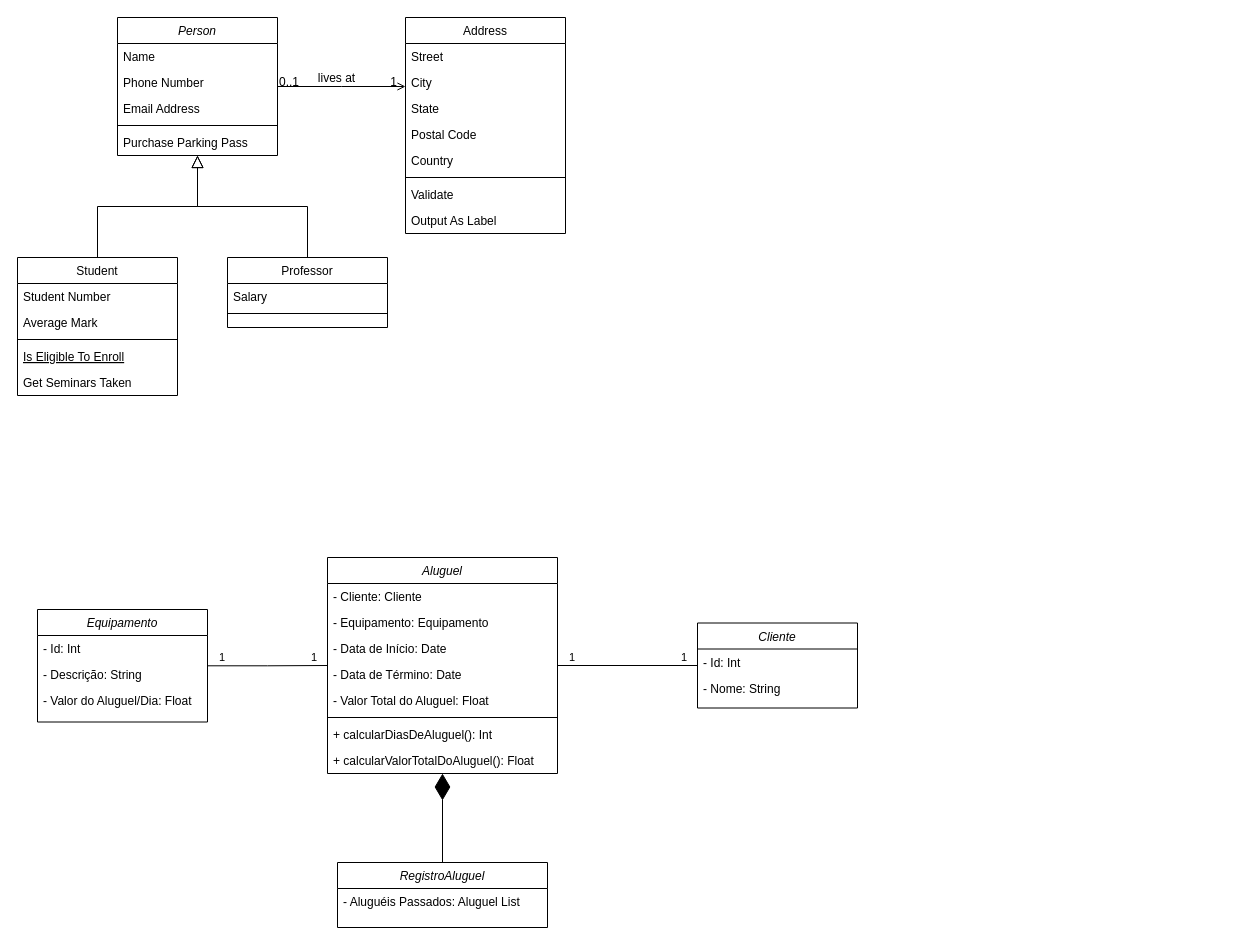
daviferreiradev/diagrama-de-classes keeps this draw.io diagram as lab-prog-modular-projeto-1.drawio. Above is the earlier version. Source tidied: cells renumbered, new cells numbered last; positions are measured from the earlier drawing's top-left corner, leaving out a move shared by most shapes. Both pictures are drawn from the tidied source at 100%, with x=0, y=0 at pixel (17, 17).
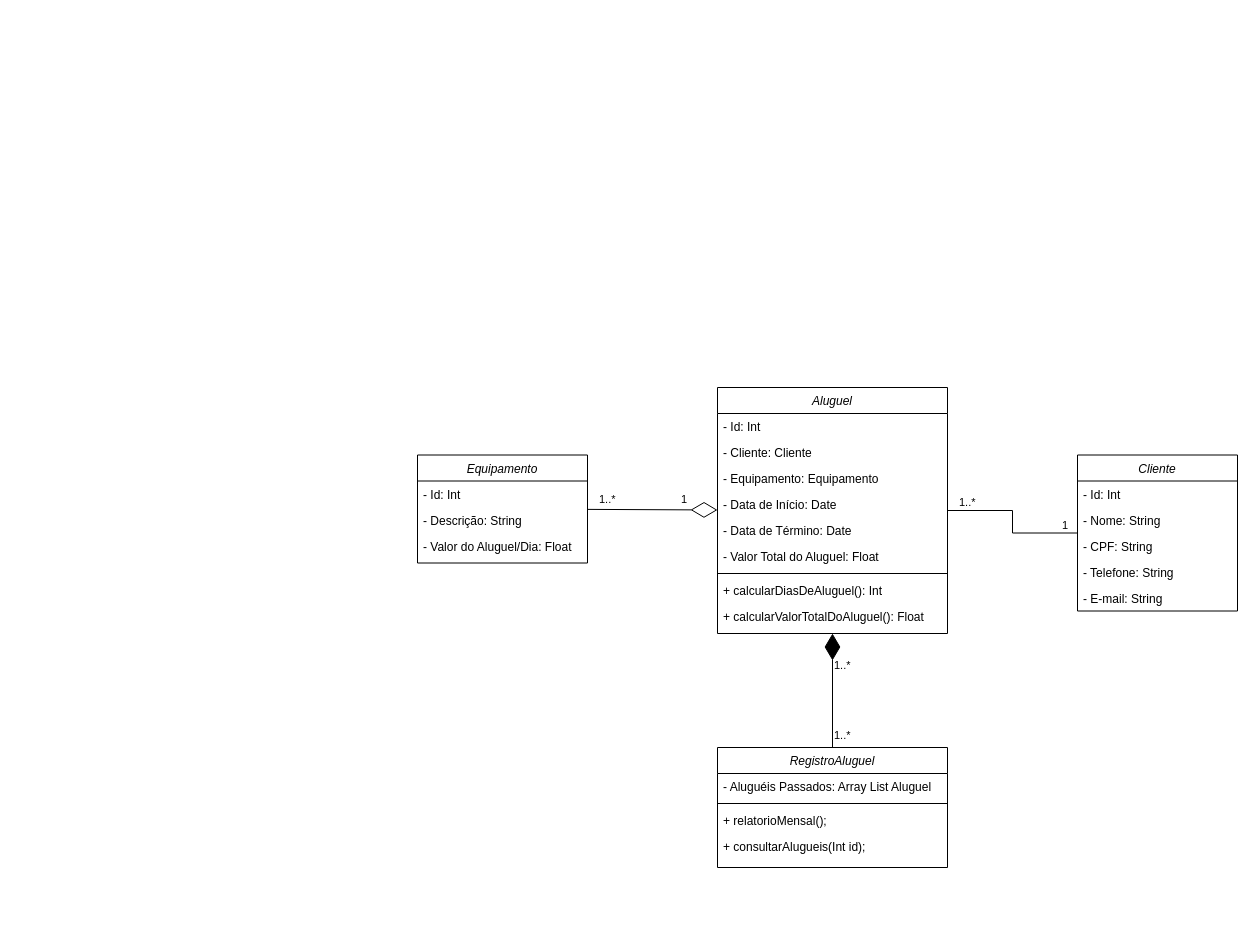
Above is the later version.

Unchanged cells that the change refers to:
```xml
<mxCell id="48" style="endArrow=none;html=1;edgeStyle=orthogonalEdgeStyle;rounded=0;" parent="1" edge="1" source="39" target="36">
  <mxGeometry relative="1" as="geometry" />
</mxCell>
```

Diff of the diagram source:
```diff
@@
-    <mxCell id="2" value="Person" style="swimlane;fontStyle=2;align=center;verticalAlign=top;horizontal=1;startSize=26;rounded=0;shadow=0;strokeWidth=1;" parent="1" vertex="1">
-      <mxGeometry x="100" width="160" height="138" as="geometry" />
-    </mxCell>
-    <mxCell id="3" value="Name" style="text;align=left;verticalAlign=top;spacingLeft=4;spacingRight=4;overflow=hidden;" parent="2" vertex="1">
-      <mxGeometry y="26" width="160" height="26" as="geometry" />
-    </mxCell>
-    <mxCell id="4" value="Phone Number" style="text;align=left;verticalAlign=top;spacingLeft=4;spacingRight=4;overflow=hidden;rounded=0;shadow=0;html=0;" parent="2" vertex="1">
-      <mxGeometry y="52" width="160" height="26" as="geometry" />
-    </mxCell>
-    <mxCell id="5" value="Email Address" style="text;align=left;verticalAlign=top;spacingLeft=4;spacingRight=4;overflow=hidden;rounded=0;shadow=0;html=0;" parent="2" vertex="1">
-      <mxGeometry y="78" width="160" height="26" as="geometry" />
-    </mxCell>
-    <mxCell id="6" style="line;html=1;strokeWidth=1;align=left;verticalAlign=middle;spacingTop=-1;spacingLeft=3;spacingRight=3;labelPosition=right;" parent="2" vertex="1">
-      <mxGeometry y="104" width="160" height="8" as="geometry" />
-    </mxCell>
-    <mxCell id="7" value="Purchase Parking Pass" style="text;align=left;verticalAlign=top;spacingLeft=4;spacingRight=4;overflow=hidden;" parent="2" vertex="1">
-      <mxGeometry y="112" width="160" height="26" as="geometry" />
-    </mxCell>
-    <mxCell id="8" value="Student" style="swimlane;fontStyle=0;align=center;verticalAlign=top;horizontal=1;startSize=26;rounded=0;shadow=0;strokeWidth=1;" parent="1" vertex="1">
-      <mxGeometry y="240" width="160" height="138" as="geometry" />
-    </mxCell>
-    <mxCell id="9" value="Student Number" style="text;align=left;verticalAlign=top;spacingLeft=4;spacingRight=4;overflow=hidden;" parent="8" vertex="1">
-      <mxGeometry y="26" width="160" height="26" as="geometry" />
-    </mxCell>
-    <mxCell id="10" value="Average Mark" style="text;align=left;verticalAlign=top;spacingLeft=4;spacingRight=4;overflow=hidden;rounded=0;shadow=0;html=0;" parent="8" vertex="1">
-      <mxGeometry y="52" width="160" height="26" as="geometry" />
-    </mxCell>
-    <mxCell id="11" style="line;html=1;strokeWidth=1;align=left;verticalAlign=middle;spacingTop=-1;spacingLeft=3;spacingRight=3;labelPosition=right;" parent="8" vertex="1">
-      <mxGeometry y="78" width="160" height="8" as="geometry" />
-    </mxCell>
-    <mxCell id="12" value="Is Eligible To Enroll" style="text;align=left;verticalAlign=top;spacingLeft=4;spacingRight=4;overflow=hidden;fontStyle=4;" parent="8" vertex="1">
-      <mxGeometry y="86" width="160" height="26" as="geometry" />
-    </mxCell>
-    <mxCell id="13" value="Get Seminars Taken" style="text;align=left;verticalAlign=top;spacingLeft=4;spacingRight=4;overflow=hidden;" parent="8" vertex="1">
-      <mxGeometry y="112" width="160" height="26" as="geometry" />
-    </mxCell>
-    <mxCell id="14" style="endArrow=block;endSize=10;endFill=0;shadow=0;strokeWidth=1;rounded=0;edgeStyle=elbowEdgeStyle;elbow=vertical;" parent="1" edge="1" source="8" target="2">
-      <mxGeometry relative="1" as="geometry" />
-    </mxCell>
-    <mxCell id="15" value="Professor" style="swimlane;fontStyle=0;align=center;verticalAlign=top;horizontal=1;startSize=26;rounded=0;shadow=0;strokeWidth=1;" parent="1" vertex="1">
-      <mxGeometry x="210" y="240" width="160" height="70" as="geometry" />
-    </mxCell>
-    <mxCell id="16" value="Salary" style="text;align=left;verticalAlign=top;spacingLeft=4;spacingRight=4;overflow=hidden;" parent="15" vertex="1">
-      <mxGeometry y="26" width="160" height="26" as="geometry" />
-    </mxCell>
-    <mxCell id="17" style="line;html=1;strokeWidth=1;align=left;verticalAlign=middle;spacingTop=-1;spacingLeft=3;spacingRight=3;labelPosition=right;" parent="15" vertex="1">
-      <mxGeometry y="52" width="160" height="8" as="geometry" />
-    </mxCell>
-    <mxCell id="18" style="endArrow=block;endSize=10;endFill=0;shadow=0;strokeWidth=1;rounded=0;edgeStyle=elbowEdgeStyle;elbow=vertical;" parent="1" edge="1" source="15" target="2">
-      <mxGeometry relative="1" as="geometry" />
-    </mxCell>
-    <mxCell id="19" value="Address" style="swimlane;fontStyle=0;align=center;verticalAlign=top;horizontal=1;startSize=26;rounded=0;shadow=0;strokeWidth=1;" parent="1" vertex="1">
-      <mxGeometry x="388" width="160" height="216" as="geometry" />
-    </mxCell>
-    <mxCell id="20" value="Street" style="text;align=left;verticalAlign=top;spacingLeft=4;spacingRight=4;overflow=hidden;" parent="19" vertex="1">
-      <mxGeometry y="26" width="160" height="26" as="geometry" />
-    </mxCell>
-    <mxCell id="21" value="City" style="text;align=left;verticalAlign=top;spacingLeft=4;spacingRight=4;overflow=hidden;rounded=0;shadow=0;html=0;" parent="19" vertex="1">
-      <mxGeometry y="52" width="160" height="26" as="geometry" />
-    </mxCell>
-    <mxCell id="22" value="State" style="text;align=left;verticalAlign=top;spacingLeft=4;spacingRight=4;overflow=hidden;rounded=0;shadow=0;html=0;" parent="19" vertex="1">
-      <mxGeometry y="78" width="160" height="26" as="geometry" />
-    </mxCell>
-    <mxCell id="23" value="Postal Code" style="text;align=left;verticalAlign=top;spacingLeft=4;spacingRight=4;overflow=hidden;rounded=0;shadow=0;html=0;" parent="19" vertex="1">
-      <mxGeometry y="104" width="160" height="26" as="geometry" />
-    </mxCell>
-    <mxCell id="24" value="Country" style="text;align=left;verticalAlign=top;spacingLeft=4;spacingRight=4;overflow=hidden;rounded=0;shadow=0;html=0;" parent="19" vertex="1">
-      <mxGeometry y="130" width="160" height="26" as="geometry" />
-    </mxCell>
-    <mxCell id="25" style="line;html=1;strokeWidth=1;align=left;verticalAlign=middle;spacingTop=-1;spacingLeft=3;spacingRight=3;labelPosition=right;" parent="19" vertex="1">
-      <mxGeometry y="156" width="160" height="8" as="geometry" />
-    </mxCell>
-    <mxCell id="26" value="Validate" style="text;align=left;verticalAlign=top;spacingLeft=4;spacingRight=4;overflow=hidden;" parent="19" vertex="1">
-      <mxGeometry y="164" width="160" height="26" as="geometry" />
-    </mxCell>
-    <mxCell id="27" value="Output As Label" style="text;align=left;verticalAlign=top;spacingLeft=4;spacingRight=4;overflow=hidden;" parent="19" vertex="1">
-      <mxGeometry y="190" width="160" height="26" as="geometry" />
-    </mxCell>
-    <mxCell id="28" style="endArrow=open;shadow=0;strokeWidth=1;rounded=0;endFill=1;edgeStyle=elbowEdgeStyle;elbow=vertical;" parent="1" edge="1" source="2" target="19">
-      <mxGeometry x="0.5" y="41" relative="1" as="geometry">
-        <mxPoint x="-40" y="32" as="offset" />
-      </mxGeometry>
-    </mxCell>
-    <mxCell id="29" value="0..1" style="align=left;verticalAlign=bottom;labelBackgroundColor=none;fontSize=12;" parent="28" vertex="1">
-      <mxGeometry x="-1" relative="1" as="geometry">
-        <mxPoint y="4" as="offset" />
-      </mxGeometry>
-    </mxCell>
-    <mxCell id="30" value="1" style="align=right;verticalAlign=bottom;labelBackgroundColor=none;fontSize=12;" parent="28" vertex="1">
-      <mxGeometry x="1" relative="1" as="geometry">
-        <mxPoint x="-7" y="4" as="offset" />
-      </mxGeometry>
-    </mxCell>
-    <mxCell id="31" value="lives at" style="text;html=1;align=center;verticalAlign=middle;labelBackgroundColor=none;rounded=0;shadow=0;strokeWidth=1;fontSize=12;" parent="28" vertex="1">
-      <mxGeometry x="0.5" y="49" relative="1" as="geometry">
-        <mxPoint x="-38" y="40" as="offset" />
-      </mxGeometry>
-    </mxCell>
     <mxCell id="32" value="Equipamento" style="swimlane;fontStyle=2;align=center;verticalAlign=top;horizontal=1;startSize=26;rounded=0;shadow=0;strokeWidth=1;" parent="1" vertex="1">
-      <mxGeometry x="20" y="592" width="170" height="112.5" as="geometry" />
+      <mxGeometry x="400" y="437.5" width="170" height="108" as="geometry" />
     </mxCell>
@@
     <mxCell id="36" value="Cliente" style="swimlane;fontStyle=2;align=center;verticalAlign=top;horizontal=1;startSize=26;rounded=0;shadow=0;strokeWidth=1;" parent="1" vertex="1">
-      <mxGeometry x="680" y="605.5" width="160" height="85" as="geometry" />
+      <mxGeometry x="1060" y="437.5" width="160" height="156" as="geometry" />
     </mxCell>
@@
+    <mxCell id="57" value="- CPF: String" style="text;align=left;verticalAlign=top;spacingLeft=4;spacingRight=4;overflow=hidden;rounded=0;shadow=0;html=0;" parent="36" vertex="1">
+      <mxGeometry y="78" width="160" height="26" as="geometry" />
+    </mxCell>
+    <mxCell id="58" value="- Telefone: String" style="text;align=left;verticalAlign=top;spacingLeft=4;spacingRight=4;overflow=hidden;rounded=0;shadow=0;html=0;" parent="36" vertex="1">
+      <mxGeometry y="104" width="160" height="26" as="geometry" />
+    </mxCell>
+    <mxCell id="59" value="- E-mail: String" style="text;align=left;verticalAlign=top;spacingLeft=4;spacingRight=4;overflow=hidden;rounded=0;shadow=0;html=0;" parent="36" vertex="1">
+      <mxGeometry y="130" width="160" height="26" as="geometry" />
+    </mxCell>
     <mxCell id="39" value="Aluguel" style="swimlane;fontStyle=2;align=center;verticalAlign=top;horizontal=1;startSize=26;rounded=0;shadow=0;strokeWidth=1;" parent="1" vertex="1">
-      <mxGeometry x="310" y="540" width="230" height="216" as="geometry" />
+      <mxGeometry x="700" y="370" width="230" height="246" as="geometry" />
     </mxCell>
+    <mxCell id="60" value="- Id: Int" style="text;align=left;verticalAlign=top;spacingLeft=4;spacingRight=4;overflow=hidden;" parent="39" vertex="1">
+      <mxGeometry y="26" width="230" height="26" as="geometry" />
+    </mxCell>
     <mxCell id="40" value="- Cliente: Cliente" style="text;align=left;verticalAlign=top;spacingLeft=4;spacingRight=4;overflow=hidden;" parent="39" vertex="1">
-      <mxGeometry y="26" width="230" height="26" as="geometry" />
+      <mxGeometry y="52" width="230" height="26" as="geometry" />
     </mxCell>
     <mxCell id="41" value="- Equipamento: Equipamento" style="text;align=left;verticalAlign=top;spacingLeft=4;spacingRight=4;overflow=hidden;" parent="39" vertex="1">
-      <mxGeometry y="52" width="230" height="26" as="geometry" />
+      <mxGeometry y="78" width="230" height="26" as="geometry" />
     </mxCell>
     <mxCell id="42" value="- Data de Início: Date" style="text;align=left;verticalAlign=top;spacingLeft=4;spacingRight=4;overflow=hidden;rounded=0;shadow=0;html=0;" parent="39" vertex="1">
-      <mxGeometry y="78" width="230" height="26" as="geometry" />
+      <mxGeometry y="104" width="230" height="26" as="geometry" />
     </mxCell>
     <mxCell id="43" value="- Data de Término: Date" style="text;align=left;verticalAlign=top;spacingLeft=4;spacingRight=4;overflow=hidden;" parent="39" vertex="1">
-      <mxGeometry y="104" width="230" height="26" as="geometry" />
+      <mxGeometry y="130" width="230" height="26" as="geometry" />
     </mxCell>
     <mxCell id="44" value="- Valor Total do Aluguel: Float" style="text;align=left;verticalAlign=top;spacingLeft=4;spacingRight=4;overflow=hidden;rounded=0;shadow=0;html=0;" parent="39" vertex="1">
-      <mxGeometry y="130" width="230" height="26" as="geometry" />
+      <mxGeometry y="156" width="230" height="26" as="geometry" />
     </mxCell>
     <mxCell id="45" style="line;html=1;strokeWidth=1;align=left;verticalAlign=middle;spacingTop=-1;spacingLeft=3;spacingRight=3;labelPosition=right;" parent="39" vertex="1">
-      <mxGeometry y="156" width="230" height="8" as="geometry" />
+      <mxGeometry y="182" width="230" height="8" as="geometry" />
     </mxCell>
     <mxCell id="46" value="+ calcularDiasDeAluguel(): Int" style="text;align=left;verticalAlign=top;spacingLeft=4;spacingRight=4;overflow=hidden;rounded=0;shadow=0;html=0;" parent="39" vertex="1">
-      <mxGeometry y="164" width="230" height="26" as="geometry" />
+      <mxGeometry y="190" width="230" height="26" as="geometry" />
     </mxCell>
     <mxCell id="47" value="+ calcularValorTotalDoAluguel(): Float" style="text;align=left;verticalAlign=top;spacingLeft=4;spacingRight=4;overflow=hidden;rounded=0;shadow=0;html=0;" parent="39" vertex="1">
-      <mxGeometry y="190" width="230" height="26" as="geometry" />
+      <mxGeometry y="216" width="230" height="30" as="geometry" />
     </mxCell>
@@
-    <mxCell id="49" value="1" style="edgeLabel;html=1;align=left;verticalAlign=bottom;" parent="48" vertex="1">
+    <mxCell id="49" value="1..*" style="edgeLabel;html=1;align=left;verticalAlign=bottom;" parent="48" vertex="1">
       <mxGeometry x="-1" relative="1" as="geometry">
         <mxPoint x="10" as="offset" />
       </mxGeometry>
     </mxCell>
@@
     <mxCell id="51" value="RegistroAluguel" style="swimlane;fontStyle=2;align=center;verticalAlign=top;horizontal=1;startSize=26;rounded=0;shadow=0;strokeWidth=1;" parent="1" vertex="1">
-      <mxGeometry x="320" y="845" width="210" height="65" as="geometry" />
+      <mxGeometry x="700" y="730" width="230" height="120" as="geometry" />
     </mxCell>
-    <mxCell id="52" value="- Aluguéis Passados: Aluguel List" style="text;align=left;verticalAlign=top;spacingLeft=4;spacingRight=4;overflow=hidden;" parent="51" vertex="1">
-      <mxGeometry y="26" width="210" height="26" as="geometry" />
+    <mxCell id="52" value="- Aluguéis Passados: Array List Aluguel" style="text;align=left;verticalAlign=top;spacingLeft=4;spacingRight=4;overflow=hidden;" parent="51" vertex="1">
+      <mxGeometry y="26" width="230" height="26" as="geometry" />
     </mxCell>
+    <mxCell id="61" style="line;html=1;strokeWidth=1;align=left;verticalAlign=middle;spacingTop=-1;spacingLeft=3;spacingRight=3;labelPosition=right;" parent="51" vertex="1">
+      <mxGeometry y="52" width="230" height="8" as="geometry" />
+    </mxCell>
+    <mxCell id="62" value="+ relatorioMensal();" style="text;align=left;verticalAlign=top;spacingLeft=4;spacingRight=4;overflow=hidden;" parent="51" vertex="1">
+      <mxGeometry y="60" width="230" height="26" as="geometry" />
+    </mxCell>
+    <mxCell id="63" value="+ consultarAlugueis(Int id);" style="text;align=left;verticalAlign=top;spacingLeft=4;spacingRight=4;overflow=hidden;" parent="51" vertex="1">
+      <mxGeometry y="86" width="230" height="34" as="geometry" />
+    </mxCell>
+    <mxCell id="56" style="endArrow=diamondThin;endFill=1;endSize=24;html=1;rounded=0;" parent="1" edge="1" source="51" target="39">
+      <mxGeometry relative="1" as="geometry" />
+    </mxCell>
-    <mxCell id="53" style="endArrow=none;html=1;edgeStyle=orthogonalEdgeStyle;rounded=0;" parent="1" edge="1" source="32" target="39">
+    <mxCell id="53" style="endArrow=diamondThin;endFill=0;endSize=24;html=1;rounded=0;" parent="1" edge="1" source="32" target="39">
       <mxGeometry relative="1" as="geometry" />
     </mxCell>
-    <mxCell id="54" value="1" style="edgeLabel;html=1;align=left;verticalAlign=bottom;" parent="53" vertex="1">
-      <mxGeometry x="-1" relative="1" as="geometry">
-        <mxPoint x="10" as="offset" />
-      </mxGeometry>
-    </mxCell>
+    <mxCell id="64" value="1..*" style="edgeLabel;html=1;align=left;verticalAlign=bottom;" parent="1" vertex="1">
+      <mxGeometry x="580" y="490" as="geometry" />
+    </mxCell>
-    <mxCell id="55" value="1" style="edgeLabel;html=1;align=right;verticalAlign=bottom;" parent="53" vertex="1">
-      <mxGeometry x="1" relative="1" as="geometry">
-        <mxPoint x="-10" as="offset" />
-      </mxGeometry>
+    <mxCell id="55" value="1" style="edgeLabel;html=1;align=right;verticalAlign=bottom;" parent="1" vertex="1">
+      <mxGeometry x="670" y="490" as="geometry" />
     </mxCell>
-    <mxCell id="56" style="endArrow=diamondThin;endFill=1;endSize=24;html=1;rounded=0;" parent="1" edge="1" source="51" target="39">
-      <mxGeometry relative="1" as="geometry" />
-    </mxCell>
+    <mxCell id="65" value="1..*" style="edgeLabel;html=1;align=left;verticalAlign=bottom;" parent="1" vertex="1">
+      <mxGeometry x="580" y="500" as="geometry">
+        <mxPoint x="235" y="156" as="offset" />
+      </mxGeometry>
+    </mxCell>
+    <mxCell id="66" value="1..*" style="edgeLabel;html=1;align=left;verticalAlign=bottom;" parent="1" vertex="1">
+      <mxGeometry x="580" y="570" as="geometry">
+        <mxPoint x="235" y="156" as="offset" />
+      </mxGeometry>
+    </mxCell>
```
